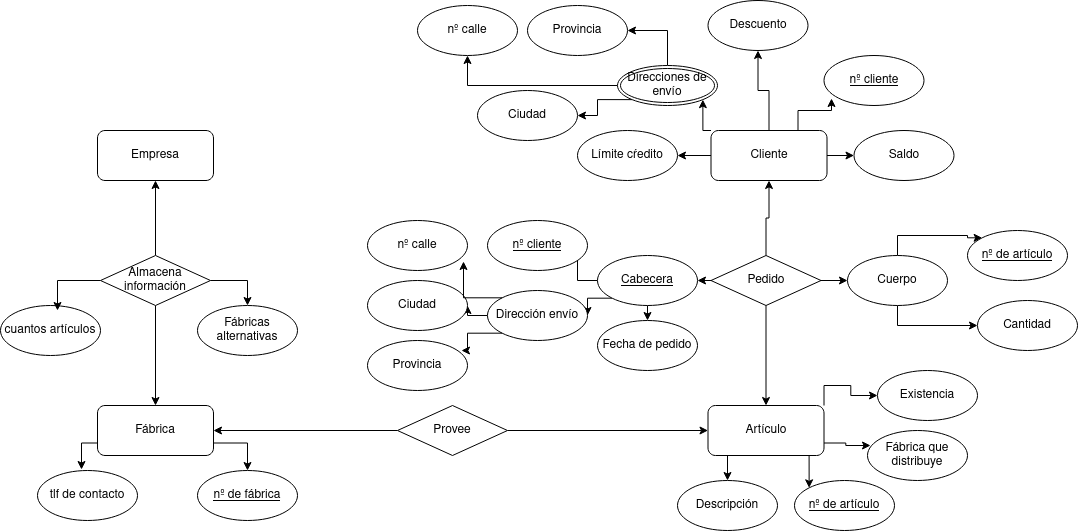
Before: Unidad-1/Tareas/Tarea-1/Ejercicio3.drawio.png, a diagram exported from draw.io (LuisMGlez/base-datos). Source tidied: cells renumbered, new cells last; positions are measured from the earlier drawing's top-left corner, leaving out a move shared by most shapes.
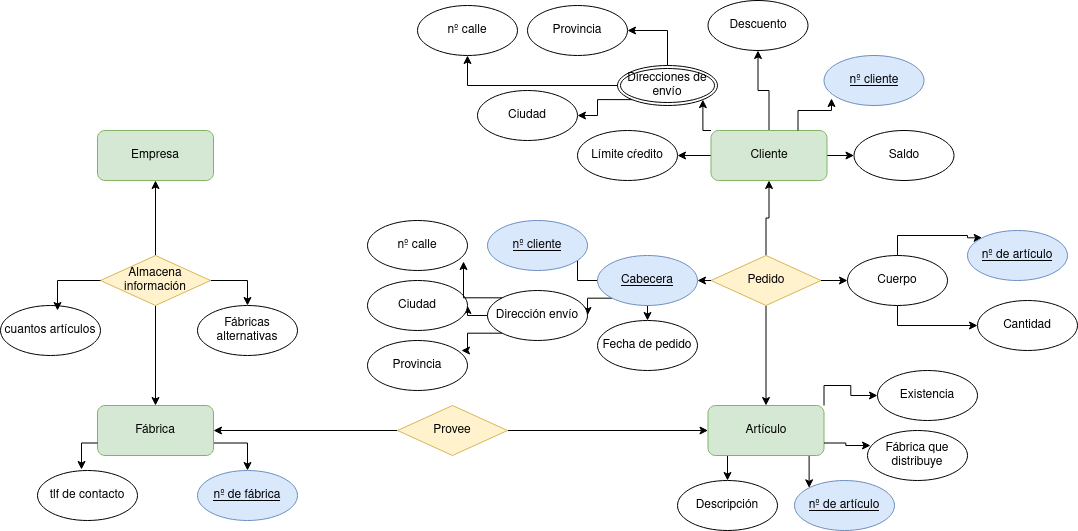
Above is the later version.

What changed in the source:
```diff
@@ -14,7 +14,7 @@
     <mxCell id="5" style="edgeStyle=orthogonalEdgeStyle;rounded=0;jettySize=auto;html=1;exitX=0.5;exitY=0;exitDx=0;exitDy=0;entryX=0.5;entryY=1;entryDx=0;entryDy=0;" parent="1" edge="1" source="6" target="37">
       <mxGeometry relative="1" as="geometry" />
     </mxCell>
-    <mxCell id="6" value="Cliente" style="rounded=1;whiteSpace=wrap;html=1;" parent="1" vertex="1">
+    <mxCell id="6" value="Cliente" style="rounded=1;whiteSpace=wrap;html=1;fillColor=#d5e8d4;strokeColor=#82b366;" parent="1" vertex="1">
       <mxGeometry x="710.5" y="130" width="116" height="50" as="geometry" />
     </mxCell>
     <mxCell id="7" style="edgeStyle=orthogonalEdgeStyle;rounded=0;jettySize=auto;html=1;exitX=0.25;exitY=1;exitDx=0;exitDy=0;entryX=0.5;entryY=0;entryDx=0;entryDy=0;" parent="1" edge="1" source="10" target="33">
@@ -26,16 +26,16 @@
     <mxCell id="9" style="edgeStyle=orthogonalEdgeStyle;rounded=0;jettySize=auto;html=1;exitX=1;exitY=0;exitDx=0;exitDy=0;entryX=0;entryY=0.5;entryDx=0;entryDy=0;" parent="1" edge="1" source="10" target="34">
       <mxGeometry relative="1" as="geometry" />
     </mxCell>
-    <mxCell id="10" value="Artículo" style="rounded=1;whiteSpace=wrap;html=1;" parent="1" vertex="1">
+    <mxCell id="10" value="Artículo" style="rounded=1;whiteSpace=wrap;html=1;fillColor=#d5e8d4;strokeColor=#82b366;" parent="1" vertex="1">
       <mxGeometry x="707.5" y="405" width="116" height="50" as="geometry" />
     </mxCell>
-    <mxCell id="11" value="Empresa" style="rounded=1;whiteSpace=wrap;html=1;" parent="1" vertex="1">
+    <mxCell id="11" value="Empresa" style="rounded=1;whiteSpace=wrap;html=1;fillColor=#d5e8d4;strokeColor=#82b366;" parent="1" vertex="1">
       <mxGeometry x="97" y="130" width="116" height="50" as="geometry" />
     </mxCell>
     <mxCell id="12" style="edgeStyle=orthogonalEdgeStyle;rounded=0;jettySize=auto;html=1;exitX=1;exitY=0.75;exitDx=0;exitDy=0;entryX=0.5;entryY=0;entryDx=0;entryDy=0;" parent="1" edge="1" source="13" target="64">
       <mxGeometry relative="1" as="geometry" />
     </mxCell>
-    <mxCell id="13" value="Fábrica" style="rounded=1;whiteSpace=wrap;html=1;" parent="1" vertex="1">
+    <mxCell id="13" value="Fábrica" style="rounded=1;whiteSpace=wrap;html=1;fillColor=#d5e8d4;strokeColor=#82b366;" parent="1" vertex="1">
       <mxGeometry x="97" y="405" width="116" height="50" as="geometry" />
     </mxCell>
     <mxCell id="14" style="edgeStyle=orthogonalEdgeStyle;rounded=0;jettySize=auto;html=1;exitX=1;exitY=0.5;exitDx=0;exitDy=0;" parent="1" edge="1" source="16" target="10">
@@ -44,7 +44,7 @@
     <mxCell id="15" style="edgeStyle=orthogonalEdgeStyle;rounded=0;jettySize=auto;html=1;exitX=0;exitY=0.5;exitDx=0;exitDy=0;entryX=1;entryY=0.5;entryDx=0;entryDy=0;" parent="1" edge="1" source="16" target="13">
       <mxGeometry relative="1" as="geometry" />
     </mxCell>
-    <mxCell id="16" value="Provee" style="rhombus;whiteSpace=wrap;html=1;" parent="1" vertex="1">
+    <mxCell id="16" value="Provee" style="rhombus;whiteSpace=wrap;html=1;fillColor=#fff2cc;strokeColor=#d6b656;" parent="1" vertex="1">
       <mxGeometry x="397" y="405" width="110" height="50" as="geometry" />
     </mxCell>
     <mxCell id="17" style="edgeStyle=orthogonalEdgeStyle;rounded=0;jettySize=auto;html=1;exitX=0;exitY=0.5;exitDx=0;exitDy=0;entryX=1;entryY=0.5;entryDx=0;entryDy=0;" parent="1" edge="1" source="21" target="32">
@@ -59,7 +59,7 @@
     <mxCell id="20" style="edgeStyle=orthogonalEdgeStyle;rounded=0;jettySize=auto;html=1;exitX=0.5;exitY=1;exitDx=0;exitDy=0;entryX=0.5;entryY=0;entryDx=0;entryDy=0;" parent="1" edge="1" source="21" target="10">
       <mxGeometry relative="1" as="geometry" />
     </mxCell>
-    <mxCell id="21" value="Pedido" style="rhombus;whiteSpace=wrap;html=1;" parent="1" vertex="1">
+    <mxCell id="21" value="Pedido" style="rhombus;whiteSpace=wrap;html=1;fillColor=#fff2cc;strokeColor=#d6b656;" parent="1" vertex="1">
       <mxGeometry x="710.5" y="255" width="110" height="50" as="geometry" />
     </mxCell>
     <mxCell id="22" style="edgeStyle=orthogonalEdgeStyle;rounded=0;jettySize=auto;html=1;exitX=1;exitY=0.5;exitDx=0;exitDy=0;" parent="1" edge="1" source="25" target="61">
@@ -71,7 +71,7 @@
     <mxCell id="24" style="edgeStyle=orthogonalEdgeStyle;rounded=0;jettySize=auto;html=1;exitX=0.5;exitY=0;exitDx=0;exitDy=0;entryX=0.5;entryY=1;entryDx=0;entryDy=0;" parent="1" edge="1" source="25" target="11">
       <mxGeometry relative="1" as="geometry" />
     </mxCell>
-    <mxCell id="25" value="Almacena información" style="rhombus;whiteSpace=wrap;html=1;" parent="1" vertex="1">
+    <mxCell id="25" value="Almacena información" style="rhombus;whiteSpace=wrap;html=1;fillColor=#fff2cc;strokeColor=#d6b656;" parent="1" vertex="1">
       <mxGeometry x="100" y="255" width="110" height="50" as="geometry" />
     </mxCell>
     <mxCell id="26" style="edgeStyle=orthogonalEdgeStyle;rounded=0;jettySize=auto;html=1;exitX=0.5;exitY=0;exitDx=0;exitDy=0;entryX=0;entryY=0;entryDx=0;entryDy=0;" parent="1" edge="1" source="28" target="49">
@@ -92,7 +92,7 @@
     <mxCell id="31" style="edgeStyle=orthogonalEdgeStyle;rounded=0;jettySize=auto;html=1;exitX=0.5;exitY=1;exitDx=0;exitDy=0;entryX=0.5;entryY=0;entryDx=0;entryDy=0;" parent="1" edge="1" source="32" target="48">
       <mxGeometry relative="1" as="geometry" />
     </mxCell>
-    <mxCell id="32" value="&lt;u&gt;Cabecera&lt;/u&gt;" style="ellipse;whiteSpace=wrap;html=1;" parent="1" vertex="1">
+    <mxCell id="32" value="&lt;u&gt;Cabecera&lt;/u&gt;" style="ellipse;whiteSpace=wrap;html=1;fillColor=#dae8fc;strokeColor=#6c8ebf;" parent="1" vertex="1">
       <mxGeometry x="597" y="255" width="100" height="50" as="geometry" />
     </mxCell>
     <mxCell id="33" value="Descripción" style="ellipse;whiteSpace=wrap;html=1;" parent="1" vertex="1">
@@ -104,7 +104,7 @@
     <mxCell id="35" value="Fábrica que distribuye" style="ellipse;whiteSpace=wrap;html=1;" parent="1" vertex="1">
       <mxGeometry x="867" y="430" width="100" height="50" as="geometry" />
     </mxCell>
-    <mxCell id="36" value="&lt;u&gt;nº de artículo&lt;br&gt;&lt;/u&gt;" style="ellipse;whiteSpace=wrap;html=1;" parent="1" vertex="1">
+    <mxCell id="36" value="&lt;u&gt;nº de artículo&lt;br&gt;&lt;/u&gt;" style="ellipse;whiteSpace=wrap;html=1;fillColor=#dae8fc;strokeColor=#6c8ebf;" parent="1" vertex="1">
       <mxGeometry x="794" y="480" width="100" height="50" as="geometry" />
     </mxCell>
     <mxCell id="37" value="Descuento" style="ellipse;whiteSpace=wrap;html=1;" parent="1" vertex="1">
@@ -116,7 +116,7 @@
     <mxCell id="39" value="Saldo" style="ellipse;whiteSpace=wrap;html=1;" parent="1" vertex="1">
       <mxGeometry x="853.5" y="130" width="100" height="50" as="geometry" />
     </mxCell>
-    <mxCell id="40" value="&lt;u&gt;nº cliente&lt;br&gt;&lt;/u&gt;" style="ellipse;whiteSpace=wrap;html=1;" parent="1" vertex="1">
+    <mxCell id="40" value="&lt;u&gt;nº cliente&lt;br&gt;&lt;/u&gt;" style="ellipse;whiteSpace=wrap;html=1;fillColor=#dae8fc;strokeColor=#6c8ebf;" parent="1" vertex="1">
       <mxGeometry x="823.5" y="55" width="100" height="50" as="geometry" />
     </mxCell>
     <mxCell id="41" style="edgeStyle=orthogonalEdgeStyle;rounded=0;jettySize=auto;html=1;exitX=0.5;exitY=0;exitDx=0;exitDy=0;entryX=1;entryY=0.5;entryDx=0;entryDy=0;" parent="1" edge="1" source="44" target="53">
@@ -131,7 +131,7 @@
     <mxCell id="44" value="Direcciones de envío" style="ellipse;shape=doubleEllipse;margin=3;whiteSpace=wrap;html=1;align=center;" parent="1" vertex="1">
       <mxGeometry x="617" y="65" width="100" height="40" as="geometry" />
     </mxCell>
-    <mxCell id="45" value="&lt;u&gt;nº cliente&lt;br&gt;&lt;/u&gt;" style="ellipse;whiteSpace=wrap;html=1;" parent="1" vertex="1">
+    <mxCell id="45" value="&lt;u&gt;nº cliente&lt;br&gt;&lt;/u&gt;" style="ellipse;whiteSpace=wrap;html=1;fillColor=#dae8fc;strokeColor=#6c8ebf;" parent="1" vertex="1">
       <mxGeometry x="487" y="220" width="100" height="50" as="geometry" />
     </mxCell>
     <mxCell id="46" style="edgeStyle=orthogonalEdgeStyle;rounded=0;jettySize=auto;html=1;exitX=0;exitY=0.5;exitDx=0;exitDy=0;entryX=1;entryY=0.5;entryDx=0;entryDy=0;" parent="1" edge="1" source="47" target="55">
@@ -143,7 +143,7 @@
     <mxCell id="48" value="Fecha de pedido" style="ellipse;whiteSpace=wrap;html=1;" parent="1" vertex="1">
       <mxGeometry x="597" y="320" width="100" height="50" as="geometry" />
     </mxCell>
-    <mxCell id="49" value="&lt;u&gt;nº de artículo&lt;br&gt;&lt;/u&gt;" style="ellipse;whiteSpace=wrap;html=1;" parent="1" vertex="1">
+    <mxCell id="49" value="&lt;u&gt;nº de artículo&lt;br&gt;&lt;/u&gt;" style="ellipse;whiteSpace=wrap;html=1;fillColor=#dae8fc;strokeColor=#6c8ebf;" parent="1" vertex="1">
       <mxGeometry x="967" y="230" width="100" height="50" as="geometry" />
     </mxCell>
     <mxCell id="50" value="Cantidad" style="ellipse;whiteSpace=wrap;html=1;" parent="1" vertex="1">
@@ -188,7 +188,7 @@
     <mxCell id="63" value="tlf de contacto" style="ellipse;whiteSpace=wrap;html=1;" parent="1" vertex="1">
       <mxGeometry x="37" y="470" width="100" height="50" as="geometry" />
     </mxCell>
-    <mxCell id="64" value="&lt;u&gt;nº de fábrica&lt;br&gt;&lt;/u&gt;" style="ellipse;whiteSpace=wrap;html=1;" parent="1" vertex="1">
+    <mxCell id="64" value="&lt;u&gt;nº de fábrica&lt;br&gt;&lt;/u&gt;" style="ellipse;whiteSpace=wrap;html=1;fillColor=#dae8fc;strokeColor=#6c8ebf;" parent="1" vertex="1">
       <mxGeometry x="197" y="470" width="100" height="50" as="geometry" />
     </mxCell>
     <mxCell id="65" style="edgeStyle=orthogonalEdgeStyle;rounded=0;jettySize=auto;html=1;exitX=0;exitY=0.75;exitDx=0;exitDy=0;entryX=0.44;entryY=-0.02;entryDx=0;entryDy=0;entryPerimeter=0;" parent="1" edge="1" source="13" target="63">
```
